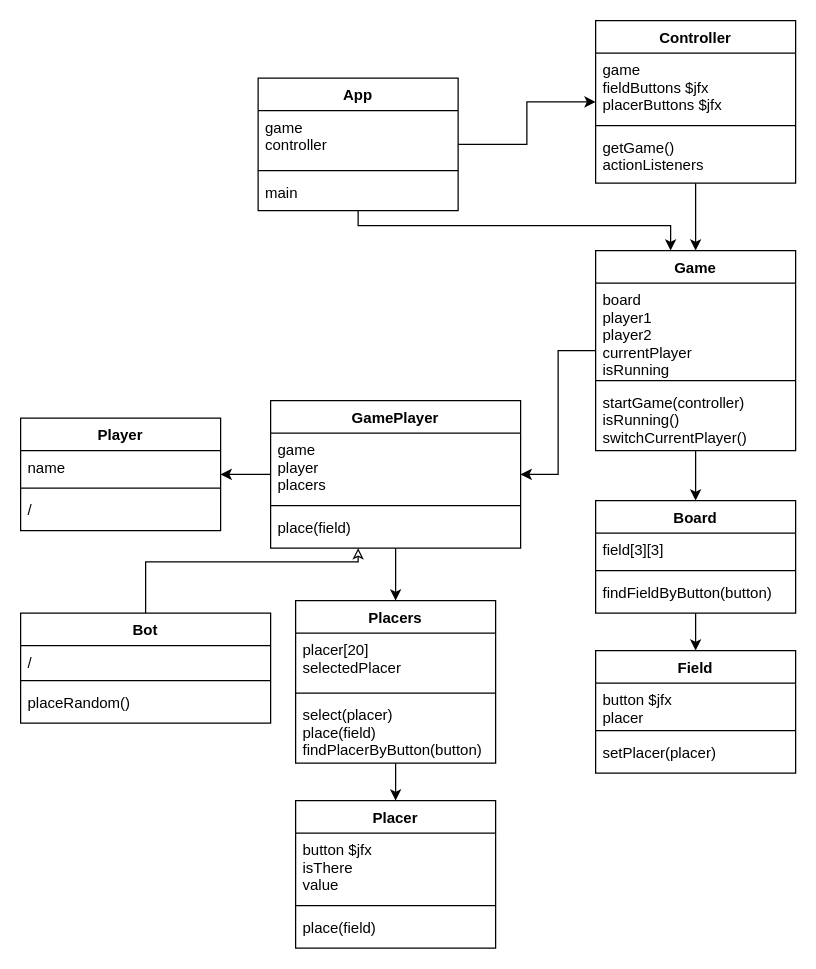
The draw.io diagram Diagrams/ClassDiagram.drawio in DustinScharf/TicTacTecToe, before the edit. Source tidied: cells renumbered, new cells numbered last; positions are measured from the earlier drawing's top-left corner, leaving out a move shared by most shapes. Both pictures are drawn from the tidied source at 125%, with x=0, y=0 at pixel (20, 20).
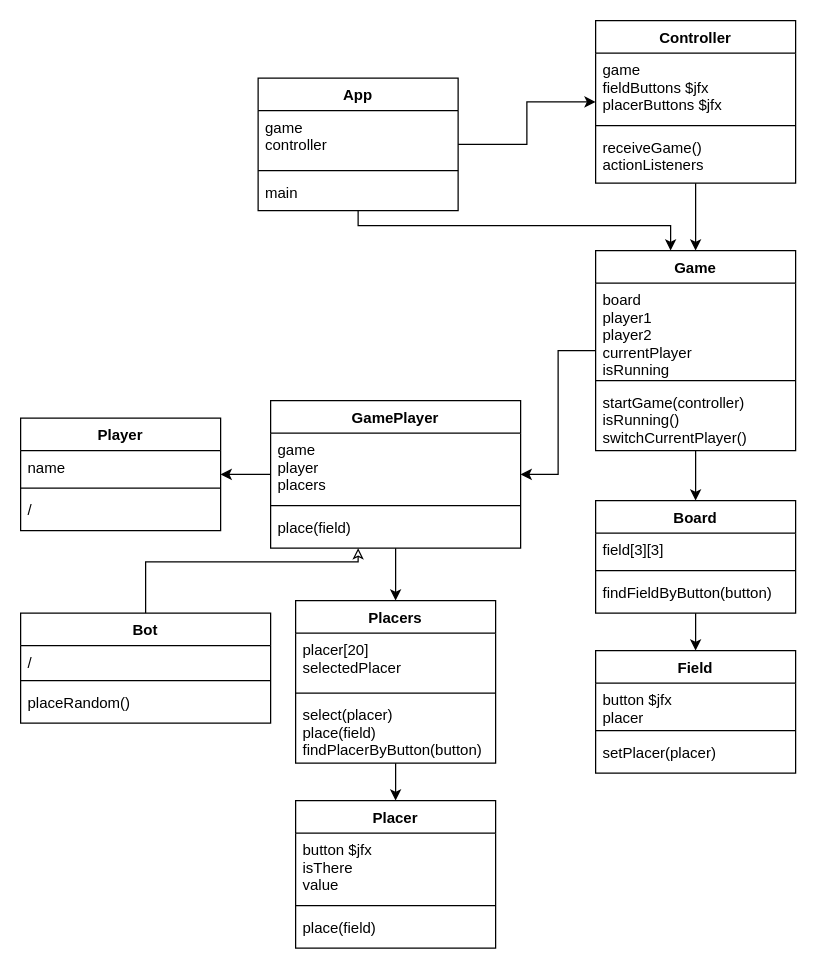
Above is the later version.

Commit message:
Changed methode names

Unchanged cells that the change refers to:
```xml
<mxCell id="37" value="Controller" style="swimlane;fontStyle=1;align=center;verticalAlign=top;horizontal=1;startSize=26;" parent="1" vertex="1">
  <mxGeometry x="460" width="160" height="130" as="geometry" />
</mxCell>
```

Change to the diagram source:
```diff
@@
-    <mxCell id="40" value="getGame()&#10;actionListeners" style="text;strokeColor=none;fillColor=none;align=left;verticalAlign=top;spacingLeft=4;spacingRight=4;overflow=hidden;" parent="37" vertex="1">
+    <mxCell id="40" value="receiveGame()&#10;actionListeners" style="text;strokeColor=none;fillColor=none;align=left;verticalAlign=top;spacingLeft=4;spacingRight=4;overflow=hidden;" parent="37" vertex="1">
       <mxGeometry y="88" width="160" height="42" as="geometry" />
     </mxCell>
```
